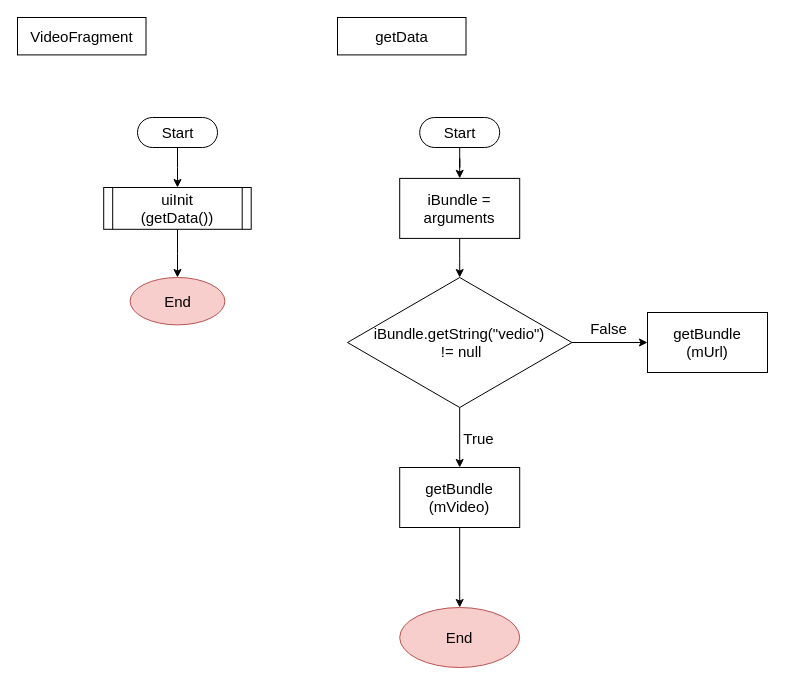
Earlier version of the draw.io diagram page "VideoFragment" (22 of 24) of 一般流程.drawio (ccckyc/draw). Source tidied: cells renumbered, new cells numbered last; positions are measured from the earlier drawing's top-left corner, leaving out a move shared by most shapes. Both pictures are drawn from the tidied source at 100%, with x=0, y=0 at pixel (17, 17).
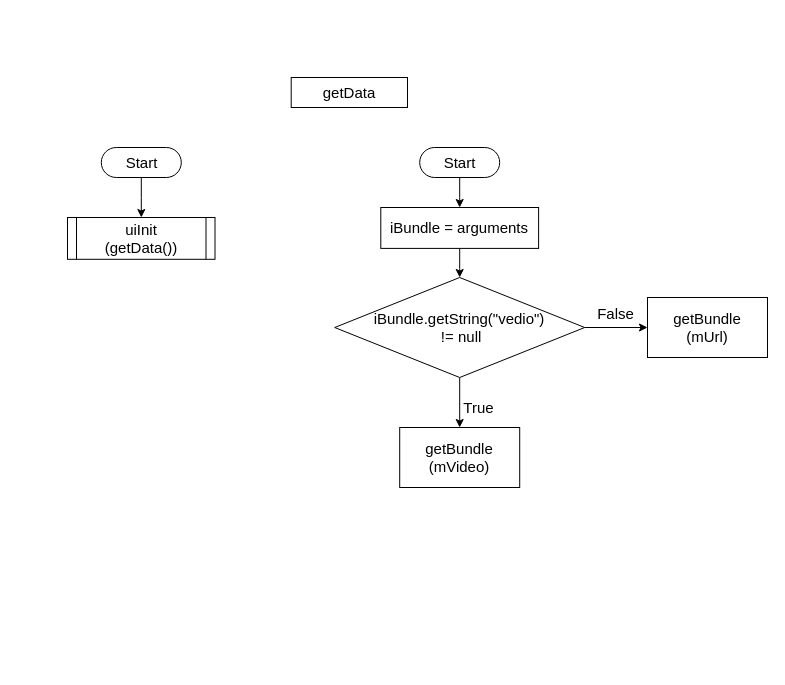
The same page after the edit.

Unchanged cells that the change refers to:
```xml
<mxCell id="9" style="edgeStyle=orthogonalEdgeStyle;rounded=0;jettySize=auto;html=1;fontFamily=Helvetica;fontSize=15;fontColor=#000000;fontStyle=0;" parent="1" edge="1" source="13" target="17">
  <mxGeometry relative="1" as="geometry" />
</mxCell>
```

Change to the diagram source:
```diff
@@
     <mxCell id="3" value="Start" style="html=1;dashed=0;whitespace=wrap;shape=mxgraph.dfd.start;fontStyle=0;fontSize=15;fontFamily=Helvetica;" parent="1" vertex="1">
-      <mxGeometry x="120" y="100" width="80" height="30" as="geometry" />
+      <mxGeometry x="83.8" y="130" width="80" height="30" as="geometry" />
     </mxCell>
-    <mxCell id="4" style="edgeStyle=orthogonalEdgeStyle;rounded=0;jettySize=auto;html=1;fontFamily=Helvetica;fontSize=15;fontColor=#000000;fontStyle=0;" parent="1" edge="1" source="5" target="21">
-      <mxGeometry relative="1" as="geometry" />
-    </mxCell>
     <mxCell id="5" value="&lt;span style=&quot;font-size: 15px;&quot;&gt;uiInit&lt;br style=&quot;font-size: 15px;&quot;&gt;&lt;/span&gt;&lt;span style=&quot;font-size: 15px;&quot;&gt;(getData())&lt;br style=&quot;font-size: 15px;&quot;&gt;&lt;/span&gt;" style="shape=process;whiteSpace=wrap;html=1;backgroundOutline=1;labelBackgroundColor=none;labelBorderColor=none;fontFamily=Helvetica;fontSize=15;fontColor=#000000;strokeWidth=1;fillColor=#FFFFFF;gradientColor=none;size=0.0625;fontStyle=0;" parent="1" vertex="1">
-      <mxGeometry x="86.2" y="170" width="147.5" height="41.8" as="geometry" />
+      <mxGeometry x="50" y="200" width="147.5" height="41.8" as="geometry" />
     </mxCell>
-    <mxCell id="6" value="VideoFragment" style="whiteSpace=wrap;html=1;fontSize=15;fillColor=#FFFFFF;fontColor=#000000;labelBackgroundColor=none;labelBorderColor=none;strokeWidth=1;gradientColor=none;fontFamily=Helvetica;fontStyle=0;" parent="1" vertex="1">
-      <mxGeometry width="128.5" height="37.4" as="geometry" />
-    </mxCell>
@@
     <mxCell id="8" value="Start" style="html=1;dashed=0;whitespace=wrap;shape=mxgraph.dfd.start;fontStyle=0;fontSize=15;fontFamily=Helvetica;" parent="1" vertex="1">
-      <mxGeometry x="402.2" y="100" width="80" height="30" as="geometry" />
+      <mxGeometry x="402.2" y="130" width="80" height="30" as="geometry" />
     </mxCell>
@@
-    <mxCell id="10" value="True" style="edgeLabel;html=1;align=center;verticalAlign=middle;fontSize=15;fontFamily=Helvetica;fontColor=#000000;fontStyle=0;" parent="9" vertex="1">
+    <mxCell id="10" value="True" style="edgeLabel;html=1;align=center;verticalAlign=middle;fontSize=15;fontFamily=Helvetica;fontColor=#000000;fontStyle=0;labelBackgroundColor=none;" parent="9" vertex="1">
       <mxGeometry x="-0.62" relative="1" as="geometry">
         <mxPoint x="18" y="19" as="offset" />
       </mxGeometry>
     </mxCell>
@@
     <mxCell id="13" value="iBundle.getString(&quot;vedio&quot;)&lt;br style=&quot;font-size: 15px;&quot;&gt;&amp;nbsp;!= null" style="rhombus;whiteSpace=wrap;html=1;fontColor=#000000;strokeColor=#000000;fillColor=#FFFFFF;fontSize=15;fontFamily=Helvetica;fontStyle=0;" parent="1" vertex="1">
-      <mxGeometry x="330" y="260" width="224.4" height="130" as="geometry" />
+      <mxGeometry x="317.2" y="260" width="250" height="100" as="geometry" />
     </mxCell>
@@
     <mxCell id="15" value="iBundle = arguments" style="whiteSpace=wrap;html=1;fontColor=#000000;strokeColor=#000000;fillColor=#FFFFFF;fontSize=15;fontFamily=Helvetica;fontStyle=0;" parent="1" vertex="1">
-      <mxGeometry x="382.2" y="160.9" width="120" height="60" as="geometry" />
+      <mxGeometry x="363.3" y="190" width="157.8" height="40.9" as="geometry" />
     </mxCell>
-    <mxCell id="16" style="edgeStyle=orthogonalEdgeStyle;rounded=0;jettySize=auto;html=1;fontFamily=Helvetica;fontSize=15;fontColor=#000000;fontStyle=0;" parent="1" edge="1" source="17" target="19">
-      <mxGeometry relative="1" as="geometry" />
-    </mxCell>
     <mxCell id="17" value="getBundle&lt;br&gt;(mVideo)" style="whiteSpace=wrap;html=1;fontSize=15;fillColor=#FFFFFF;strokeColor=#000000;fontColor=#000000;fontStyle=0;fontFamily=Helvetica;" parent="1" vertex="1">
-      <mxGeometry x="382.2" y="450" width="120" height="60" as="geometry" />
+      <mxGeometry x="382.2" y="410" width="120" height="60" as="geometry" />
     </mxCell>
     <mxCell id="18" value="getBundle&lt;br&gt;(mUrl)" style="whiteSpace=wrap;html=1;fontSize=15;fillColor=#FFFFFF;strokeColor=#000000;fontColor=#000000;fontStyle=0;fontFamily=Helvetica;" parent="1" vertex="1">
-      <mxGeometry x="630" y="295" width="120" height="60" as="geometry" />
+      <mxGeometry x="630" y="280" width="120" height="60" as="geometry" />
     </mxCell>
-    <mxCell id="19" value="End" style="ellipse;whiteSpace=wrap;html=1;fontSize=15;fillColor=#f8cecc;strokeColor=#b85450;fontStyle=0;fontFamily=Helvetica;" parent="1" vertex="1">
-      <mxGeometry x="382.2" y="590" width="120" height="60" as="geometry" />
-    </mxCell>
     <mxCell id="20" value="getData" style="whiteSpace=wrap;html=1;fontSize=15;fillColor=#FFFFFF;fontColor=#000000;labelBackgroundColor=none;labelBorderColor=none;strokeWidth=1;gradientColor=none;fontFamily=Helvetica;fontStyle=0;" parent="1" vertex="1">
-      <mxGeometry x="320" width="128.5" height="37.4" as="geometry" />
+      <mxGeometry x="273.7" y="60" width="116.3" height="30" as="geometry" />
     </mxCell>
-    <mxCell id="21" value="End" style="ellipse;whiteSpace=wrap;html=1;fontSize=15;fillColor=#f8cecc;labelBackgroundColor=none;labelBorderColor=none;strokeWidth=1;fontStyle=0;strokeColor=#b85450;fontFamily=Helvetica;" parent="1" vertex="1">
-      <mxGeometry x="112.6" y="260" width="94.8" height="47.4" as="geometry" />
-    </mxCell>
```
